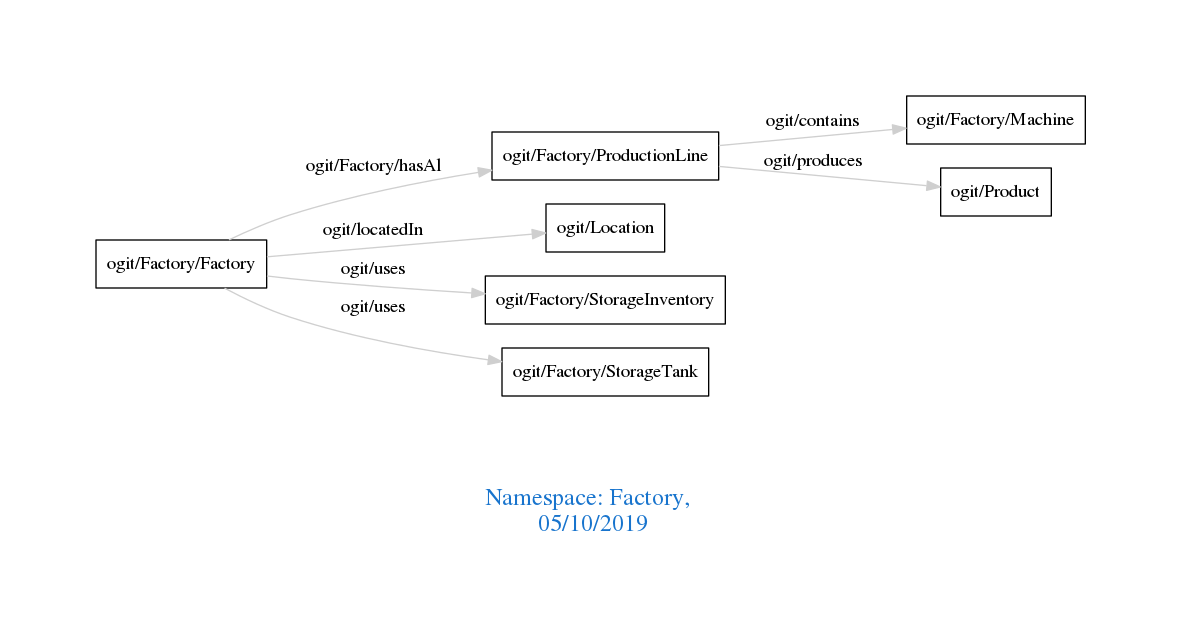
arago/OGIT keeps this Graphviz diagram as downloads/Factory.png. Above is the earlier version. Its source is kept beside it as downloads/Factory.dot.
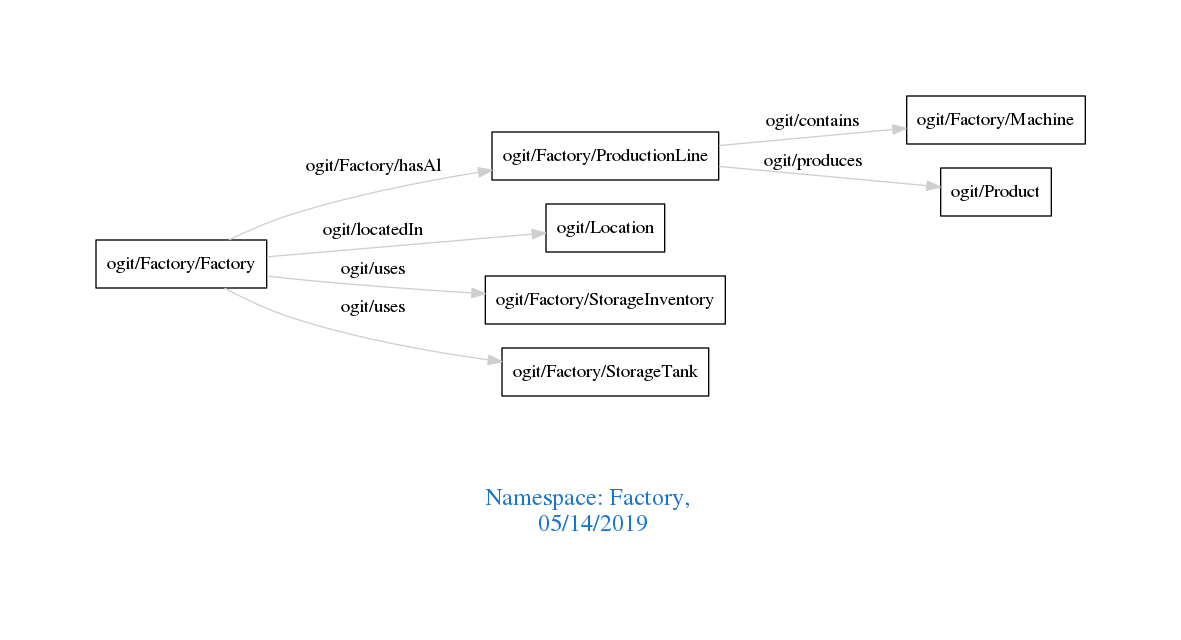
The same diagram one commit later.

The edit, as a diff of the source:
```diff
@@ -1,7 +1,7 @@
 digraph OGIT_ontology {
  graph [ rankdir= LR,pad=1
 fontsize = 18,
-fontcolor= dodgerblue3,label = "\n\n\nNamespace: Factory, \n 05/10/2019"];
+fontcolor= dodgerblue3,label = "\n\n\nNamespace: Factory, \n 05/14/2019"];
 node[shape=polygon];
 edge [  color="gray81"];
 
```
